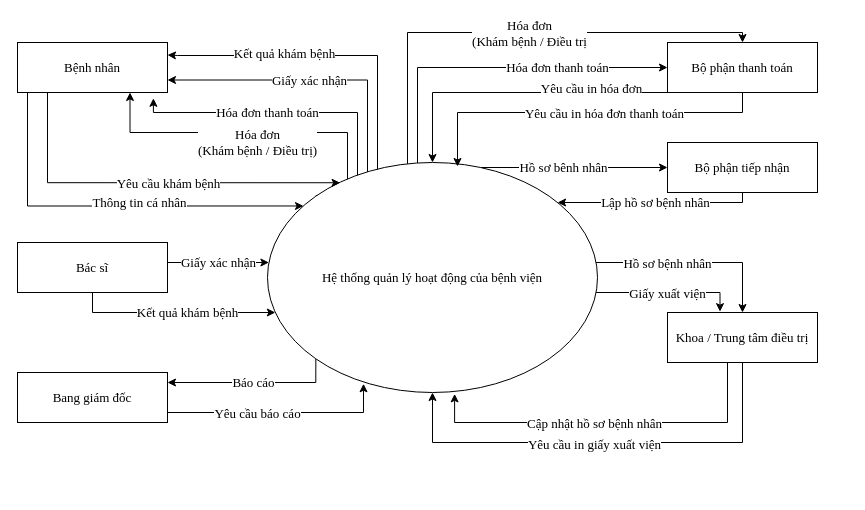
Nhatran241/HTTT keeps this draw.io diagram as NguCanh.drawio. Above is the earlier version. Source tidied: cells renumbered, new cells numbered last; positions are measured from the earlier drawing's top-left corner, leaving out a move shared by most shapes. Both pictures are drawn from the tidied source at 100%, with x=0, y=0 at pixel (17, 32).
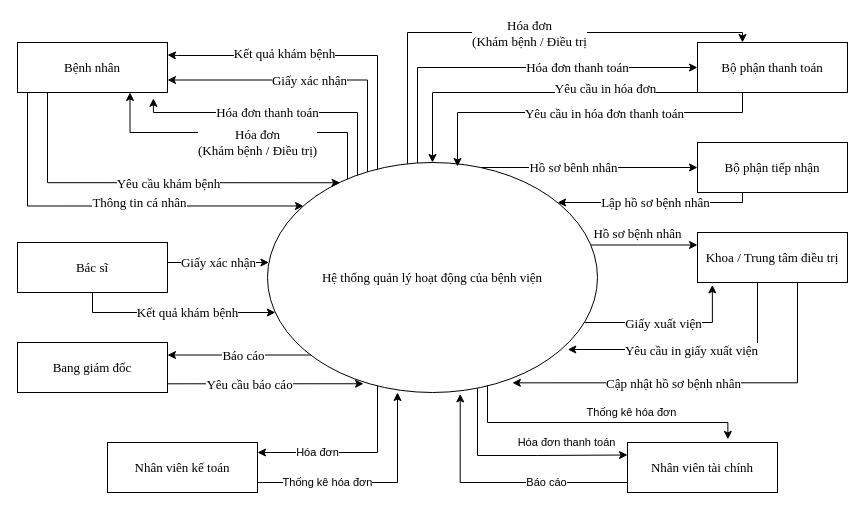
The same page after the edit.

The change refers to these unchanged cells:
```xml
<mxCell id="18" value="Hệ thống quản lý hoạt động của bệnh viện" style="ellipse;whiteSpace=wrap;html=1;fontFamily=Times New Roman;fontSize=13;" parent="1" vertex="1">
  <mxGeometry x="250" y="130" width="330" height="230" as="geometry" />
</mxCell>
```

Diff of the diagram source:
```diff
@@
-    <mxCell id="6" style="edgeStyle=orthogonalEdgeStyle;rounded=0;jettySize=auto;html=1;fontFamily=Times New Roman;fontSize=13;" parent="1" edge="1" source="18" target="36">
+    <mxCell id="6" style="edgeStyle=orthogonalEdgeStyle;rounded=0;jettySize=auto;html=1;fontFamily=Times New Roman;fontSize=13;entryX=0;entryY=0.25;entryDx=0;entryDy=0;" parent="1" edge="1" source="18" target="36">
       <mxGeometry relative="1" as="geometry">
         <Array as="points">
-          <mxPoint x="725" y="230" />
+          <mxPoint x="620" y="213" />
         </Array>
       </mxGeometry>
     </mxCell>
     <mxCell id="7" value="Hồ sơ bệnh nhân" style="edgeLabel;html=1;align=center;verticalAlign=middle;fontFamily=Times New Roman;fontSize=13;" parent="6" vertex="1">
       <mxGeometry x="0.06" y="-1" relative="1" as="geometry">
-        <mxPoint x="-32.6" y="-1" as="offset" />
+        <mxPoint x="-10.3" y="-13.5" as="offset" />
       </mxGeometry>
     </mxCell>
@@
-    <mxCell id="9" value="Báo cáo" style="edgeStyle=orthogonalEdgeStyle;rounded=0;jettySize=auto;html=1;exitX=0;exitY=1;exitDx=0;exitDy=0;fontFamily=Times New Roman;fontSize=13;" parent="1" edge="1" source="18">
+    <mxCell id="9" value="Báo cáo" style="edgeStyle=orthogonalEdgeStyle;rounded=0;jettySize=auto;html=1;exitX=0;exitY=1;exitDx=0;exitDy=0;fontFamily=Times New Roman;fontSize=13;entryX=1;entryY=0.25;entryDx=0;entryDy=0;" parent="1" edge="1" source="18" target="26">
       <mxGeometry relative="1" as="geometry">
-        <mxPoint x="150" y="350" as="targetPoint" />
         <Array as="points">
-          <mxPoint x="298" y="350" />
-          <mxPoint x="150" y="350" />
+          <mxPoint x="298" y="323" />
         </Array>
       </mxGeometry>
     </mxCell>
@@
-    <mxCell id="16" style="edgeStyle=orthogonalEdgeStyle;rounded=0;jettySize=auto;html=1;entryX=0.35;entryY=-0.017;entryDx=0;entryDy=0;entryPerimeter=0;fontFamily=Times New Roman;fontSize=13;" parent="1" edge="1" source="18" target="36">
+    <mxCell id="16" style="edgeStyle=orthogonalEdgeStyle;rounded=0;jettySize=auto;html=1;fontFamily=Times New Roman;fontSize=13;entryX=0.099;entryY=1.049;entryDx=0;entryDy=0;entryPerimeter=0;" parent="1" edge="1" source="18" target="36">
       <mxGeometry relative="1" as="geometry">
         <Array as="points">
-          <mxPoint x="703" y="260" />
+          <mxPoint x="695" y="290" />
         </Array>
       </mxGeometry>
     </mxCell>
@@
+    <mxCell id="42" value="Hóa đơn" style="edgeStyle=orthogonalEdgeStyle;rounded=0;jettySize=auto;html=1;" parent="1" edge="1" source="18" target="46">
+      <mxGeometry x="0.36" relative="1" as="geometry">
+        <Array as="points">
+          <mxPoint x="360" y="420" />
+        </Array>
+      </mxGeometry>
+    </mxCell>
+    <mxCell id="43" value="Thống kê hóa đơn" style="edgeStyle=orthogonalEdgeStyle;rounded=0;jettySize=auto;html=1;entryX=0.669;entryY=-0.062;entryDx=0;entryDy=0;entryPerimeter=0;" parent="1" edge="1" source="18" target="48">
+      <mxGeometry x="0.23" y="10" relative="1" as="geometry">
+        <Array as="points">
+          <mxPoint x="470" y="390" />
+          <mxPoint x="710" y="390" />
+        </Array>
+      </mxGeometry>
+    </mxCell>
+    <mxCell id="44" value="Hóa đơn thanh toán" style="edgeStyle=orthogonalEdgeStyle;rounded=0;jettySize=auto;html=1;entryX=0;entryY=0.25;entryDx=0;entryDy=0;" parent="1" edge="1" source="18" target="48">
+      <mxGeometry x="0.44" y="13" relative="1" as="geometry">
+        <Array as="points">
+          <mxPoint x="460" y="423" />
+          <mxPoint x="520" y="423" />
+        </Array>
+      </mxGeometry>
+    </mxCell>
@@
     <mxCell id="24" style="edgeStyle=orthogonalEdgeStyle;rounded=0;jettySize=auto;html=1;exitX=1;exitY=0.5;exitDx=0;exitDy=0;entryX=0.291;entryY=0.962;entryDx=0;entryDy=0;entryPerimeter=0;fontFamily=Times New Roman;fontSize=13;" parent="1" edge="1" source="26" target="18">
       <mxGeometry relative="1" as="geometry">
         <Array as="points">
-          <mxPoint x="140" y="365" />
-          <mxPoint x="140" y="380" />
-          <mxPoint x="346" y="380" />
+          <mxPoint x="150" y="351" />
         </Array>
       </mxGeometry>
     </mxCell>
@@
     <mxCell id="26" value="Bang giám đốc" style="rounded=0;whiteSpace=wrap;html=1;fontFamily=Times New Roman;fontSize=13;" parent="1" vertex="1">
-      <mxGeometry y="340" width="150" height="50" as="geometry" />
+      <mxGeometry y="310" width="150" height="50" as="geometry" />
     </mxCell>
@@
     <mxCell id="31" value="Bộ phận thanh toán" style="rounded=0;whiteSpace=wrap;html=1;fontFamily=Times New Roman;fontSize=13;" parent="1" vertex="1">
-      <mxGeometry x="650" y="10" width="150" height="50" as="geometry" />
+      <mxGeometry x="680" y="10" width="150" height="50" as="geometry" />
     </mxCell>
-    <mxCell id="32" style="edgeStyle=orthogonalEdgeStyle;rounded=0;jettySize=auto;html=1;fontFamily=Times New Roman;fontSize=13;" parent="1" edge="1" source="36" target="18">
+    <mxCell id="32" style="edgeStyle=orthogonalEdgeStyle;rounded=0;jettySize=auto;html=1;fontFamily=Times New Roman;fontSize=13;entryX=0.91;entryY=0.813;entryDx=0;entryDy=0;entryPerimeter=0;" parent="1" edge="1" source="36" target="18">
       <mxGeometry relative="1" as="geometry">
         <Array as="points">
-          <mxPoint x="725" y="410" />
-          <mxPoint x="415" y="410" />
+          <mxPoint x="740" y="317" />
         </Array>
       </mxGeometry>
     </mxCell>
@@
-    <mxCell id="34" style="edgeStyle=orthogonalEdgeStyle;rounded=0;jettySize=auto;html=1;exitX=0.75;exitY=1;exitDx=0;exitDy=0;entryX=0.567;entryY=1.006;entryDx=0;entryDy=0;entryPerimeter=0;fontFamily=Times New Roman;fontSize=13;" parent="1" edge="1" source="36" target="18">
+    <mxCell id="34" style="edgeStyle=orthogonalEdgeStyle;rounded=0;jettySize=auto;html=1;exitX=0.75;exitY=1;exitDx=0;exitDy=0;fontFamily=Times New Roman;fontSize=13;entryX=0.742;entryY=0.958;entryDx=0;entryDy=0;entryPerimeter=0;" parent="1" edge="1" source="36" target="18">
       <mxGeometry relative="1" as="geometry">
         <Array as="points">
-          <mxPoint x="710" y="330" />
-          <mxPoint x="710" y="390" />
-          <mxPoint x="437" y="390" />
+          <mxPoint x="780" y="250" />
+          <mxPoint x="780" y="350" />
         </Array>
       </mxGeometry>
     </mxCell>
@@
     <mxCell id="36" value="Khoa / Trung tâm điều trị" style="rounded=0;whiteSpace=wrap;html=1;fontFamily=Times New Roman;fontSize=13;" parent="1" vertex="1">
-      <mxGeometry x="650" y="280" width="150" height="50" as="geometry" />
+      <mxGeometry x="680" y="200" width="150" height="50" as="geometry" />
     </mxCell>
@@
     <mxCell id="41" value="Bộ phận tiếp nhận" style="rounded=0;whiteSpace=wrap;html=1;fontFamily=Times New Roman;fontSize=13;" parent="1" vertex="1">
-      <mxGeometry x="650" y="110" width="150" height="50" as="geometry" />
+      <mxGeometry x="680" y="110" width="150" height="50" as="geometry" />
     </mxCell>
+    <mxCell id="45" value="Thống kê hóa đơn" style="edgeStyle=orthogonalEdgeStyle;rounded=0;jettySize=auto;html=1;" parent="1" edge="1" source="46">
+      <mxGeometry x="-0.39" relative="1" as="geometry">
+        <mxPoint x="380" y="360" as="targetPoint" />
+        <Array as="points">
+          <mxPoint x="380" y="450" />
+        </Array>
+      </mxGeometry>
+    </mxCell>
+    <mxCell id="46" value="Nhân viên kế toán" style="rounded=0;whiteSpace=wrap;html=1;fontFamily=Times New Roman;fontSize=13;" parent="1" vertex="1">
+      <mxGeometry x="90" y="410" width="150" height="50" as="geometry" />
+    </mxCell>
+    <mxCell id="47" value="Báo cáo" style="edgeStyle=orthogonalEdgeStyle;rounded=0;jettySize=auto;html=1;entryX=0.584;entryY=1.006;entryDx=0;entryDy=0;entryPerimeter=0;" parent="1" edge="1" source="48" target="18">
+      <mxGeometry x="-0.37" relative="1" as="geometry">
+        <Array as="points">
+          <mxPoint x="443" y="450" />
+        </Array>
+      </mxGeometry>
+    </mxCell>
+    <mxCell id="48" value="Nhân viên tài chính" style="rounded=0;whiteSpace=wrap;html=1;fontFamily=Times New Roman;fontSize=13;" parent="1" vertex="1">
+      <mxGeometry x="610" y="410" width="150" height="50" as="geometry" />
+    </mxCell>
```
